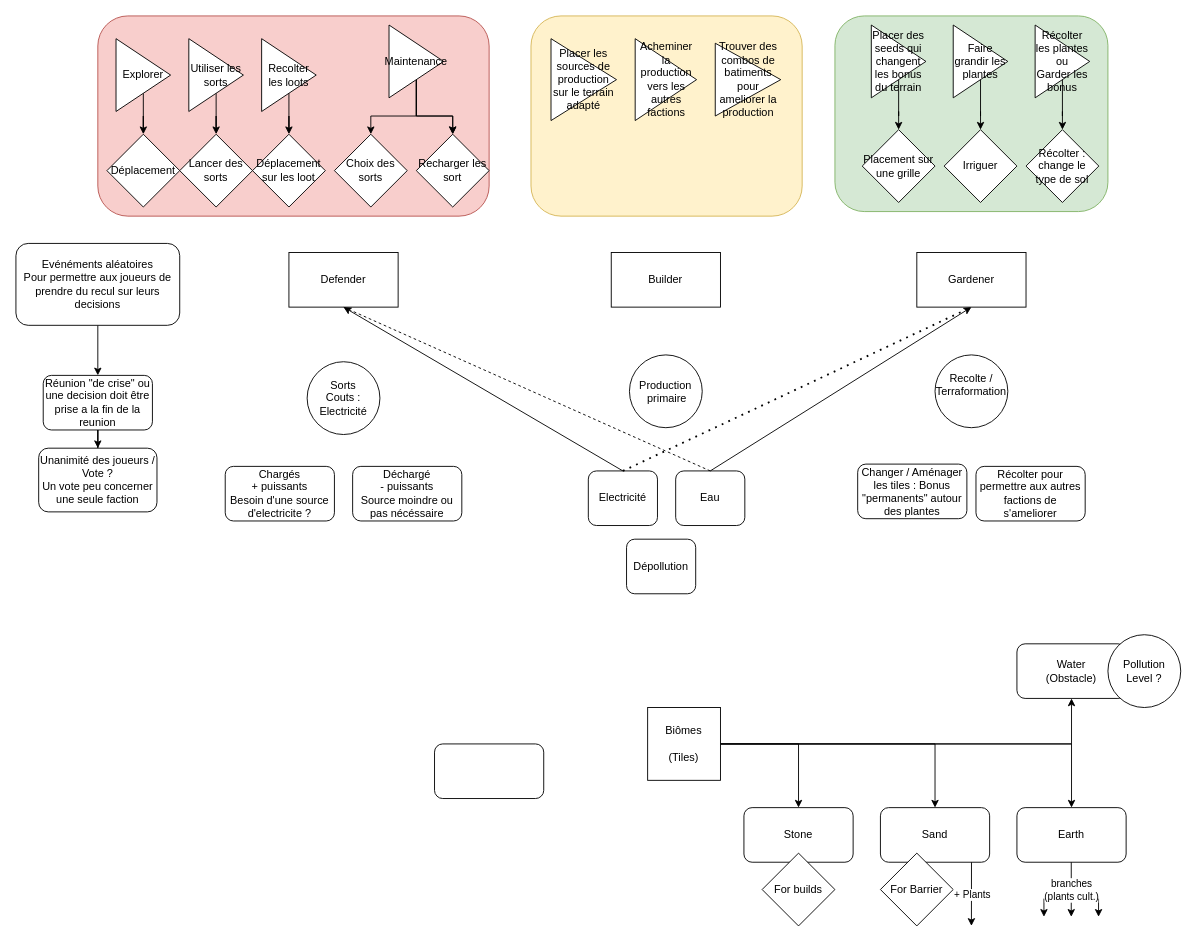
Before: Untitled Diagram.drawio in JulienAldon/AsymetricCoop, a draw.io diagram. Source tidied: cells renumbered, new cells numbered last; positions are measured from the earlier drawing's top-left corner, leaving out a move shared by most shapes. Both pictures are drawn from the tidied source at 91%, with x=0, y=0 at pixel (15, 15).
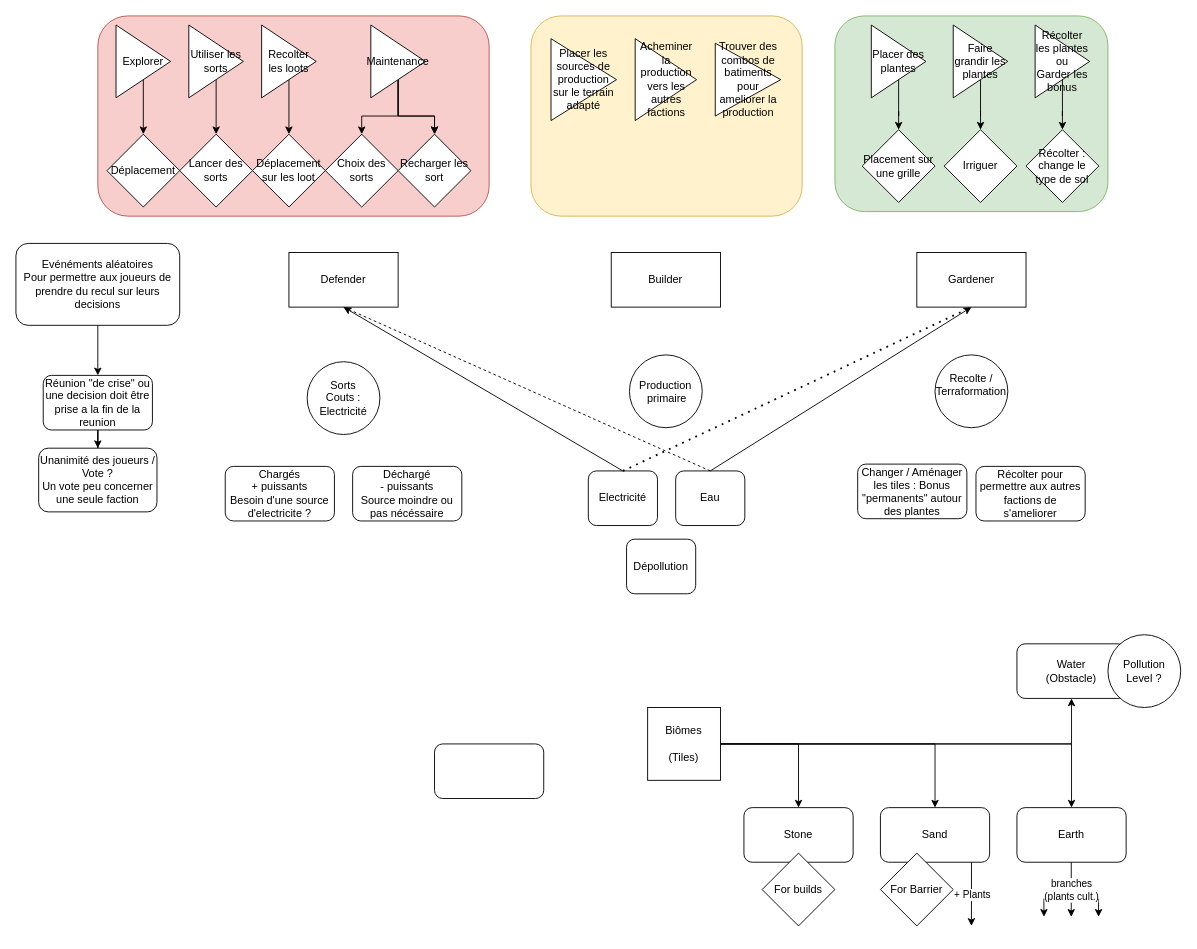
The same diagram, later.

Change to the diagram source:
```diff
@@
     <mxCell id="19" value="Explorer" style="triangle;whiteSpace=wrap;html=1;" parent="1" vertex="1">
-      <mxGeometry x="110" y="25" width="60" height="80" as="geometry" />
+      <mxGeometry x="110" y="10" width="60" height="80" as="geometry" />
     </mxCell>
@@
     <mxCell id="21" value="Utiliser les sorts" style="triangle;whiteSpace=wrap;html=1;" parent="1" vertex="1">
-      <mxGeometry x="190" y="25" width="60" height="80" as="geometry" />
+      <mxGeometry x="190" y="10" width="60" height="80" as="geometry" />
     </mxCell>
@@
     <mxCell id="23" value="Recolter les loots" style="triangle;whiteSpace=wrap;html=1;" parent="1" vertex="1">
-      <mxGeometry x="270" y="25" width="60" height="80" as="geometry" />
+      <mxGeometry x="270" y="10" width="60" height="80" as="geometry" />
     </mxCell>
@@
     <mxCell id="31" value="Choix des sorts" style="rhombus;whiteSpace=wrap;html=1;" parent="1" vertex="1">
-      <mxGeometry x="350" y="130" width="80" height="80" as="geometry" />
+      <mxGeometry x="340" y="130" width="80" height="80" as="geometry" />
     </mxCell>
@@
-    <mxCell id="41" value="Placer des seeds qui changent les bonus du terrain" style="triangle;whiteSpace=wrap;html=1;" parent="1" vertex="1">
+    <mxCell id="41" value="&lt;div&gt;Placer des plantes&lt;/div&gt;" style="triangle;whiteSpace=wrap;html=1;" parent="1" vertex="1">
       <mxGeometry x="940" y="10" width="60" height="80" as="geometry" />
     </mxCell>
@@
     <mxCell id="68" value="&lt;div&gt;Maintenance&lt;/div&gt;" style="triangle;whiteSpace=wrap;html=1;" parent="1" vertex="1">
-      <mxGeometry x="410" y="10" width="60" height="80" as="geometry" />
+      <mxGeometry x="390" y="10" width="60" height="80" as="geometry" />
     </mxCell>
@@
     <mxCell id="70" value="&lt;div&gt;Recharger les sort&lt;/div&gt;" style="rhombus;whiteSpace=wrap;html=1;" parent="1" vertex="1">
-      <mxGeometry x="440" y="130" width="80" height="80" as="geometry" />
+      <mxGeometry x="420" y="130" width="80" height="80" as="geometry" />
     </mxCell>
```
